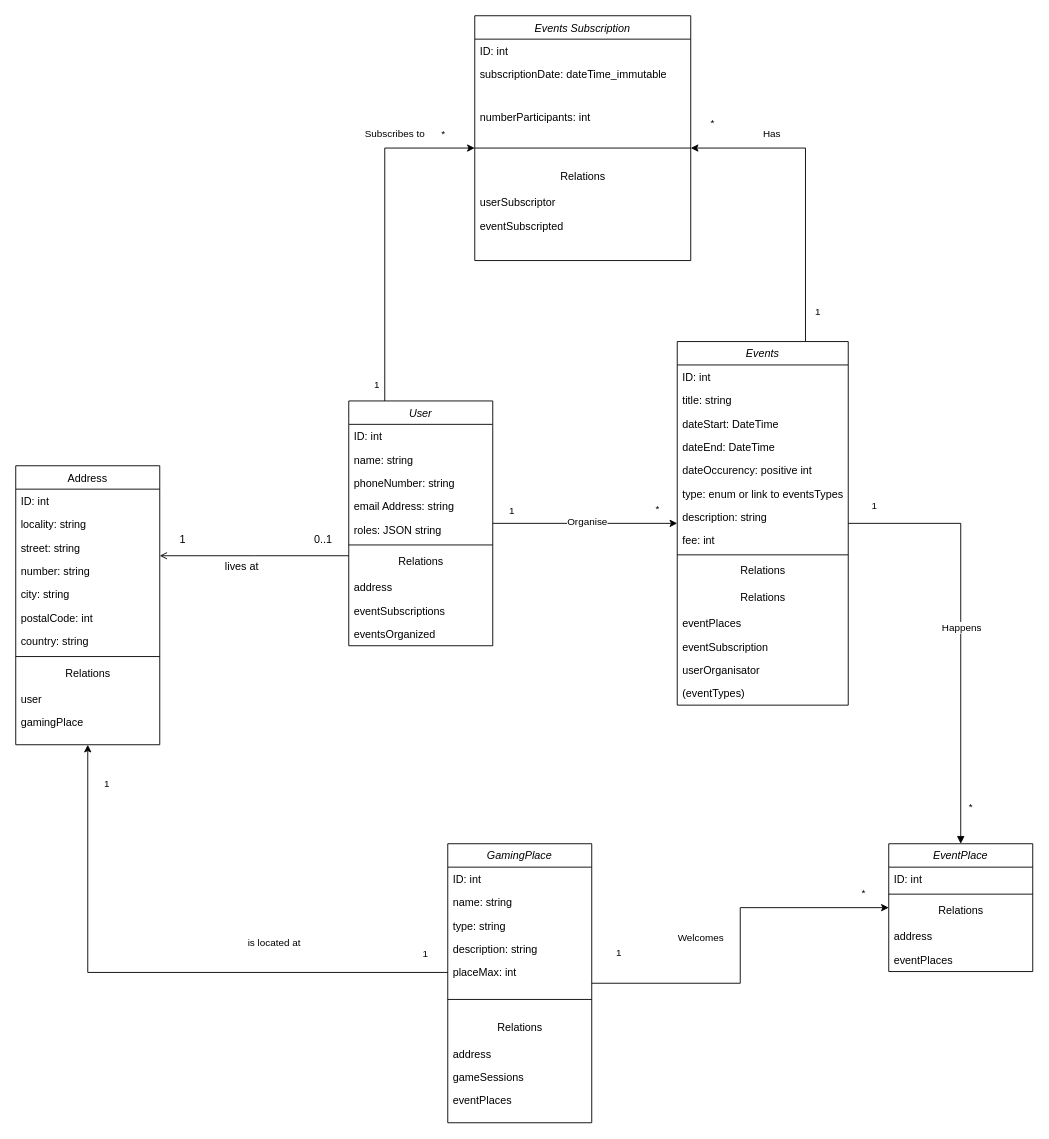
This is doc/diagrammes/MVP1UML.drawio from Dj3ni/I3_ProjetSymphony, a draw.io file, before an edit. Source tidied: cells renumbered, new cells numbered last; positions are measured from the earlier drawing's top-left corner, leaving out a move shared by most shapes. Both pictures are drawn from the tidied source at 90%, with x=0, y=0 at pixel (15, 15).
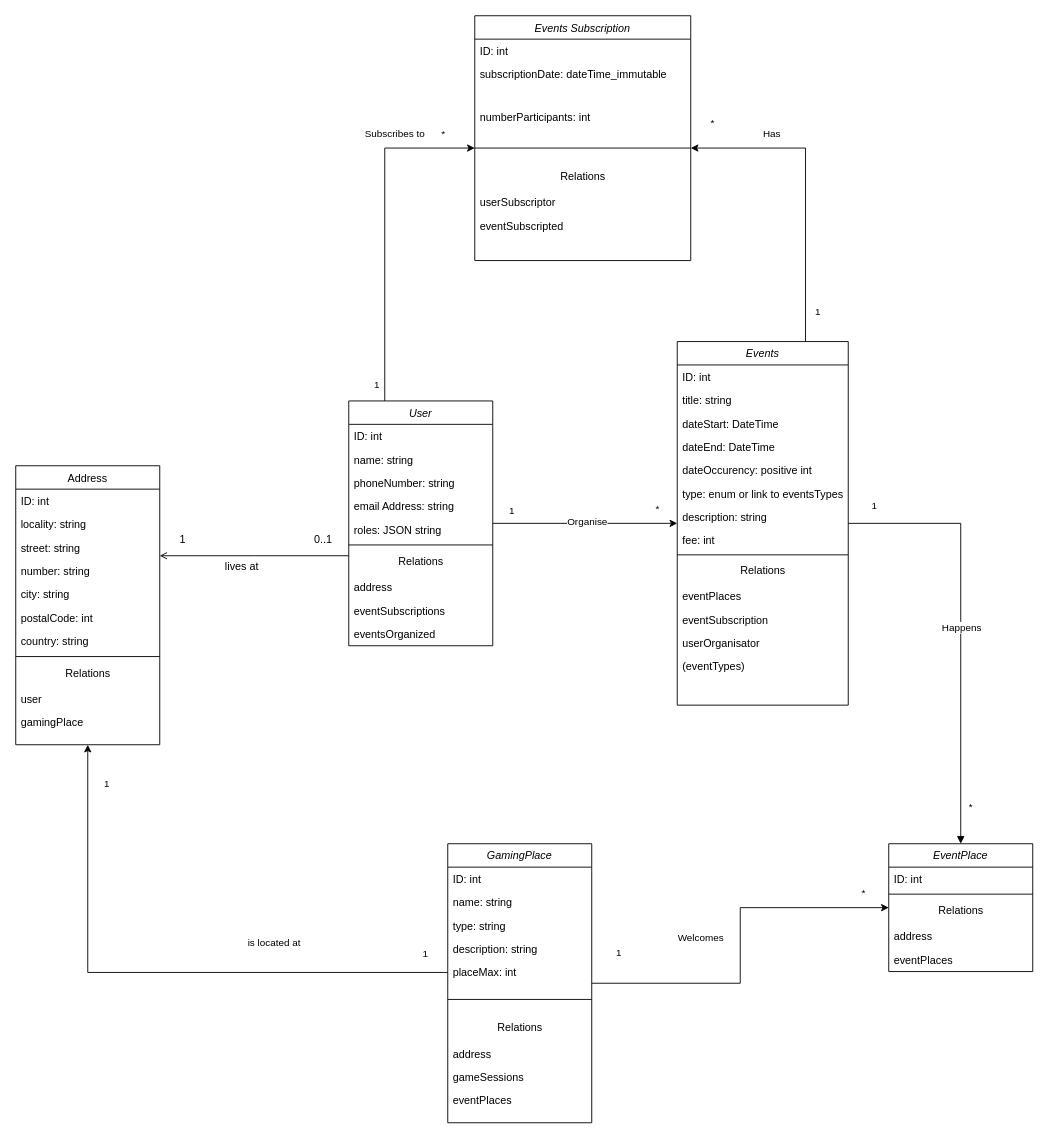
The same page after the edit.

The change refers to these unchanged cells:
```xml
<mxCell id="36" value="Events" style="swimlane;fontStyle=2;align=center;verticalAlign=top;horizontal=1;startSize=26;rounded=0;shadow=0;strokeWidth=1;" parent="1" vertex="1">
  <mxGeometry x="735" y="362" width="190" height="404" as="geometry" />
</mxCell>
```

Diff of the diagram source:
```diff
@@
-    <mxCell id="47" value="Relations" style="text;html=1;align=center;verticalAlign=middle;strokeColor=none;fillColor=none;" parent="36" vertex="1">
-      <mxGeometry y="270" width="190" height="30" as="geometry" />
-    </mxCell>
     <mxCell id="48" value="eventPlaces" style="text;align=left;verticalAlign=top;spacingLeft=4;spacingRight=4;overflow=hidden;" parent="36" vertex="1">
-      <mxGeometry y="300" width="190" height="26" as="geometry" />
+      <mxGeometry y="270" width="190" height="26" as="geometry" />
     </mxCell>
     <mxCell id="49" value="eventSubscription" style="text;align=left;verticalAlign=top;spacingLeft=4;spacingRight=4;overflow=hidden;" parent="36" vertex="1">
-      <mxGeometry y="326" width="190" height="26" as="geometry" />
+      <mxGeometry y="296" width="190" height="26" as="geometry" />
     </mxCell>
     <mxCell id="50" value="userOrganisator" style="text;align=left;verticalAlign=top;spacingLeft=4;spacingRight=4;overflow=hidden;" parent="36" vertex="1">
-      <mxGeometry y="352" width="190" height="26" as="geometry" />
+      <mxGeometry y="322" width="190" height="26" as="geometry" />
     </mxCell>
     <mxCell id="51" value="(eventTypes)" style="text;align=left;verticalAlign=top;spacingLeft=4;spacingRight=4;overflow=hidden;" parent="36" vertex="1">
-      <mxGeometry y="378" width="190" height="26" as="geometry" />
+      <mxGeometry y="348" width="190" height="26" as="geometry" />
     </mxCell>
```
